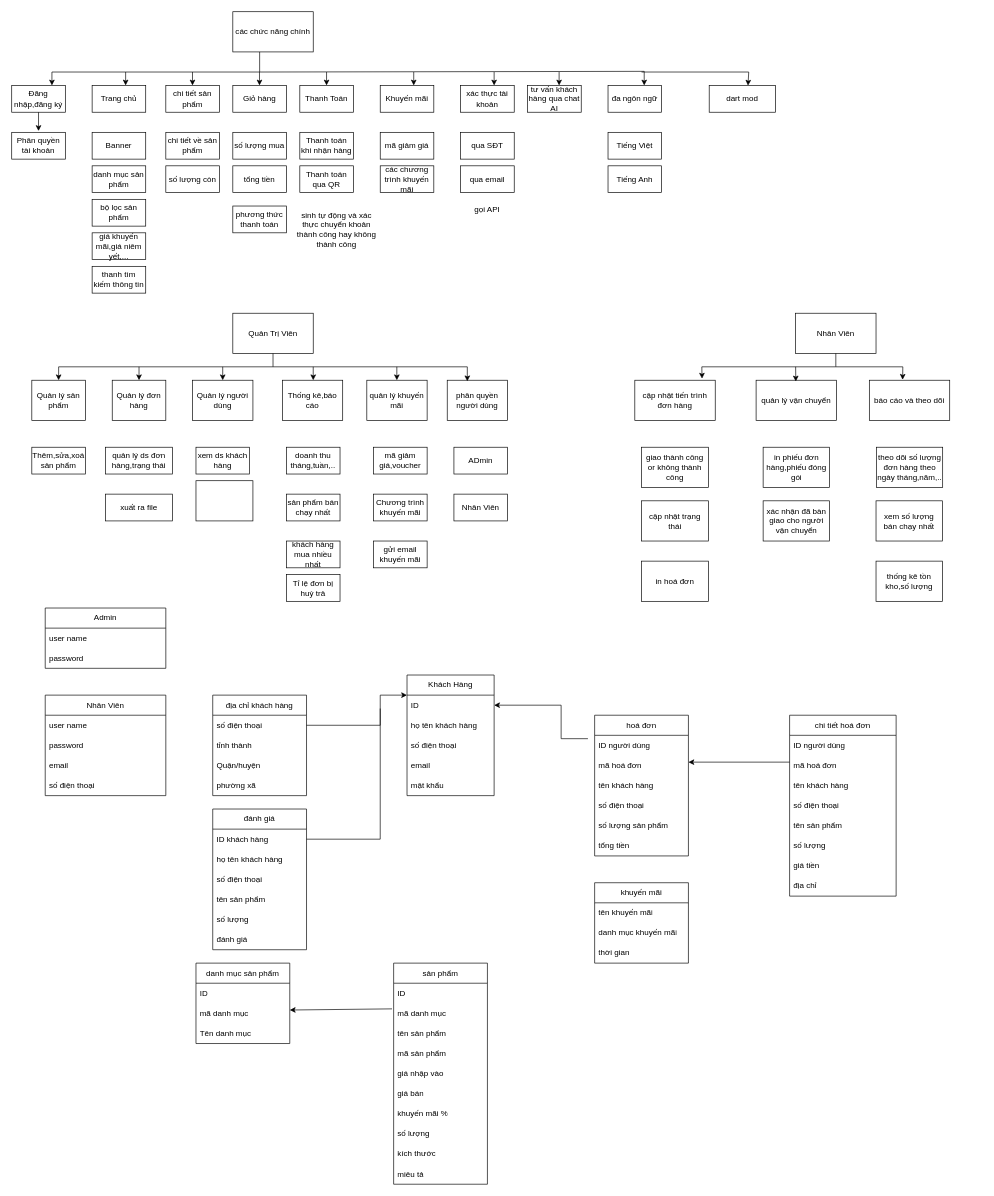
Earlier version of the draw.io diagram Biểu đồ không có tiêu đề.drawio (vuongnd03/black-had). Source tidied: cells renumbered, new cells numbered last; positions are measured from the earlier drawing's top-left corner, leaving out a move shared by most shapes. Both pictures are drawn from the tidied source at 67%, with x=0, y=0 at pixel (11, 11).
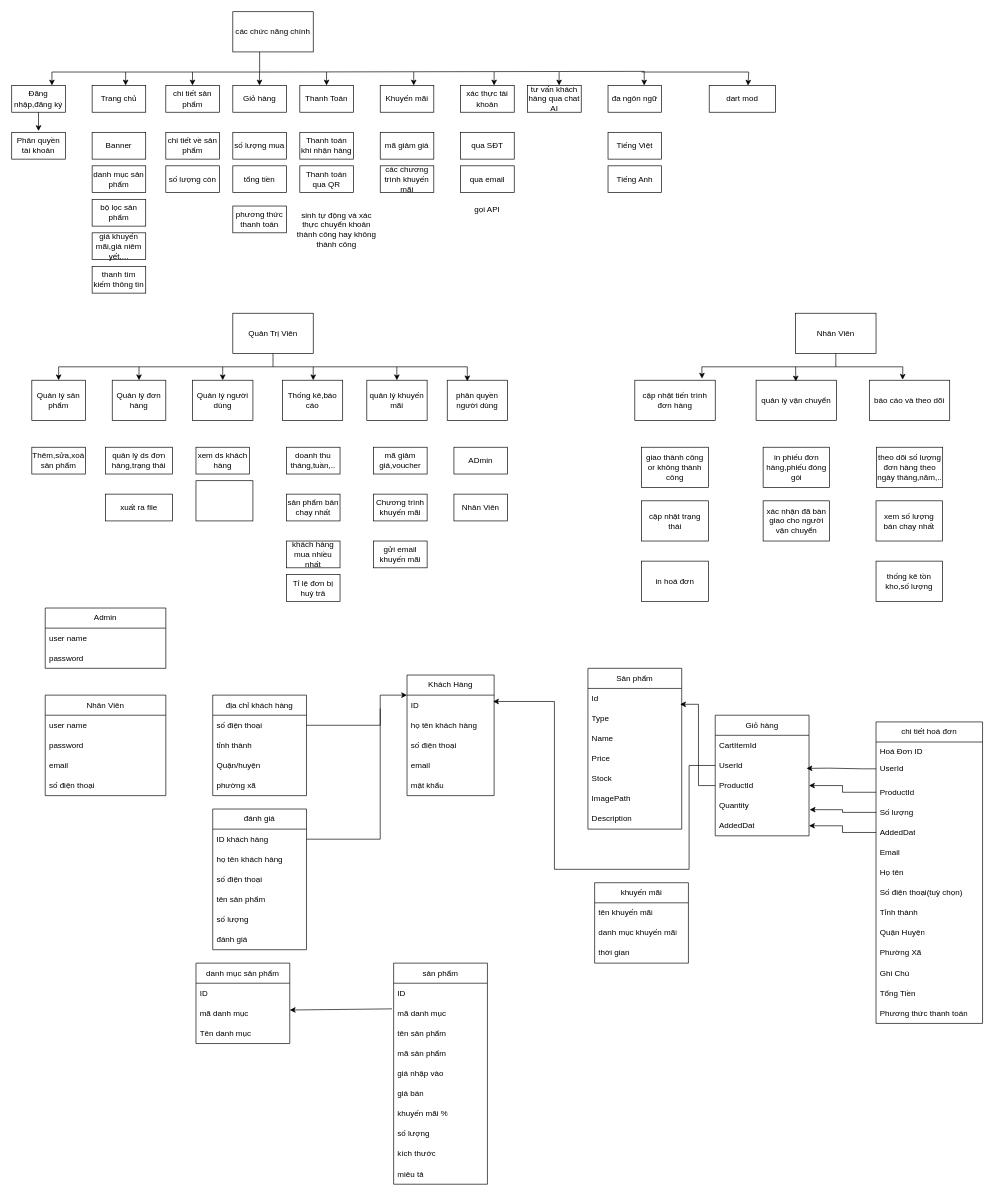
The same page after the edit.

Commit message:
Cập nhật Biểu đồ không có tiêu đề.drawio

Unchanged cells that the change refers to:
```xml
<mxCell id="91" value="ID" style="text;strokeColor=none;fillColor=none;align=left;verticalAlign=middle;spacingLeft=4;spacingRight=4;overflow=hidden;points=[[0,0.5],[1,0.5]];portConstraint=eastwest;whiteSpace=wrap;html=1;" parent="90" vertex="1">
  <mxGeometry y="30" width="130" height="30" as="geometry" />
</mxCell>
```

Diff of the diagram source:
```diff
@@
-    <mxCell id="101" style="endArrow=classic;html=1;rounded=0;exitX=0;exitY=0.5;exitDx=0;exitDy=0;entryX=1;entryY=0.5;entryDx=0;entryDy=0;" parent="1" edge="1" target="91">
-      <mxGeometry relative="1" as="geometry">
-        <mxPoint x="860" y="1085" as="sourcePoint" />
-        <Array as="points">
-          <mxPoint x="820" y="1085" />
-          <mxPoint x="820" y="1035" />
-        </Array>
-      </mxGeometry>
-    </mxCell>
@@
-    <mxCell id="118" value="hoá đơn" style="swimlane;fontStyle=0;horizontal=1;startSize=30;whiteSpace=wrap;html=1;" parent="1" vertex="1">
-      <mxGeometry x="870" y="1050" width="140" height="210" as="geometry" />
+    <mxCell id="118" value="Giỏ hàng" style="swimlane;fontStyle=0;horizontal=1;startSize=30;whiteSpace=wrap;html=1;" parent="1" vertex="1">
+      <mxGeometry x="1050" y="1050" width="140" height="180" as="geometry" />
     </mxCell>
-    <mxCell id="119" value="ID người dùng" style="text;strokeColor=none;fillColor=none;align=left;verticalAlign=middle;spacingLeft=4;spacingRight=4;overflow=hidden;whiteSpace=wrap;html=1;" parent="118" vertex="1">
+    <mxCell id="119" value="CartItemId" style="text;strokeColor=none;fillColor=none;align=left;verticalAlign=middle;spacingLeft=4;spacingRight=4;overflow=hidden;whiteSpace=wrap;html=1;" parent="118" vertex="1">
       <mxGeometry y="30" width="140" height="30" as="geometry" />
     </mxCell>
-    <mxCell id="120" value="mã hoá đơn" style="text;strokeColor=none;fillColor=none;align=left;verticalAlign=middle;spacingLeft=4;spacingRight=4;overflow=hidden;points=[[0,0.5],[1,0.5]];portConstraint=eastwest;whiteSpace=wrap;html=1;" parent="118" vertex="1">
+    <mxCell id="120" value="UserId" style="text;strokeColor=none;fillColor=none;align=left;verticalAlign=middle;spacingLeft=4;spacingRight=4;overflow=hidden;points=[[0,0.5],[1,0.5]];portConstraint=eastwest;whiteSpace=wrap;html=1;" parent="118" vertex="1">
       <mxGeometry y="60" width="140" height="30" as="geometry" />
     </mxCell>
-    <mxCell id="121" value="tên khách hàng" style="text;strokeColor=none;fillColor=none;align=left;verticalAlign=middle;spacingLeft=4;spacingRight=4;overflow=hidden;points=[[0,0.5],[1,0.5]];portConstraint=eastwest;whiteSpace=wrap;html=1;" parent="118" vertex="1">
+    <mxCell id="121" value="ProductId" style="text;strokeColor=none;fillColor=none;align=left;verticalAlign=middle;spacingLeft=4;spacingRight=4;overflow=hidden;points=[[0,0.5],[1,0.5]];portConstraint=eastwest;whiteSpace=wrap;html=1;" parent="118" vertex="1">
       <mxGeometry y="90" width="140" height="30" as="geometry" />
     </mxCell>
-    <mxCell id="122" value="số điện thoại" style="text;strokeColor=none;fillColor=none;align=left;verticalAlign=middle;spacingLeft=4;spacingRight=4;overflow=hidden;points=[[0,0.5],[1,0.5]];portConstraint=eastwest;whiteSpace=wrap;html=1;" parent="118" vertex="1">
+    <mxCell id="122" value="Quantity" style="text;strokeColor=none;fillColor=none;align=left;verticalAlign=middle;spacingLeft=4;spacingRight=4;overflow=hidden;points=[[0,0.5],[1,0.5]];portConstraint=eastwest;whiteSpace=wrap;html=1;" parent="118" vertex="1">
       <mxGeometry y="120" width="140" height="30" as="geometry" />
     </mxCell>
-    <mxCell id="123" value="số lượng sản phẩm" style="text;strokeColor=none;fillColor=none;align=left;verticalAlign=middle;spacingLeft=4;spacingRight=4;overflow=hidden;points=[[0,0.5],[1,0.5]];portConstraint=eastwest;whiteSpace=wrap;html=1;" parent="118" vertex="1">
+    <mxCell id="123" value="AddedDat" style="text;strokeColor=none;fillColor=none;align=left;verticalAlign=middle;spacingLeft=4;spacingRight=4;overflow=hidden;points=[[0,0.5],[1,0.5]];portConstraint=eastwest;whiteSpace=wrap;html=1;" parent="118" vertex="1">
       <mxGeometry y="150" width="140" height="30" as="geometry" />
     </mxCell>
-    <mxCell id="124" value="tổng tiền" style="text;strokeColor=none;fillColor=none;align=left;verticalAlign=middle;spacingLeft=4;spacingRight=4;overflow=hidden;whiteSpace=wrap;html=1;" parent="118" vertex="1">
-      <mxGeometry y="180" width="140" height="30" as="geometry" />
-    </mxCell>
@@
     <mxCell id="130" value="chi tiết hoá đơn" style="swimlane;fontStyle=0;horizontal=1;startSize=30;whiteSpace=wrap;html=1;" parent="1" vertex="1">
-      <mxGeometry x="1161" y="1050" width="159" height="270" as="geometry" />
+      <mxGeometry x="1290" y="1060" width="159" height="450" as="geometry" />
     </mxCell>
-    <mxCell id="131" value="ID người dùng" style="text;strokeColor=none;fillColor=none;align=left;verticalAlign=middle;spacingLeft=4;spacingRight=4;overflow=hidden;whiteSpace=wrap;html=1;" parent="130" vertex="1">
+    <mxCell id="131" value="Hoá Đơn ID" style="text;strokeColor=none;fillColor=none;align=left;verticalAlign=middle;spacingLeft=4;spacingRight=4;overflow=hidden;whiteSpace=wrap;html=1;" parent="130" vertex="1">
       <mxGeometry y="30" width="159" height="30" as="geometry" />
     </mxCell>
-    <mxCell id="132" value="mã hoá đơn" style="text;strokeColor=none;fillColor=none;align=left;verticalAlign=middle;spacingLeft=4;spacingRight=4;overflow=hidden;points=[[0,0.5],[1,0.5]];portConstraint=eastwest;whiteSpace=wrap;html=1;" parent="130" vertex="1">
+    <mxCell id="132" value="UserId&lt;div&gt;&lt;br&gt;&lt;/div&gt;" style="text;strokeColor=none;fillColor=none;align=left;verticalAlign=middle;spacingLeft=4;spacingRight=4;overflow=hidden;points=[[0,0.5],[1,0.5]];portConstraint=eastwest;whiteSpace=wrap;html=1;" parent="130" vertex="1">
       <mxGeometry y="60" width="159" height="30" as="geometry" />
     </mxCell>
-    <mxCell id="133" value="tên khách hàng" style="text;strokeColor=none;fillColor=none;align=left;verticalAlign=middle;spacingLeft=4;spacingRight=4;overflow=hidden;points=[[0,0.5],[1,0.5]];portConstraint=eastwest;whiteSpace=wrap;html=1;" parent="130" vertex="1">
+    <mxCell id="133" value="ProductId" style="text;strokeColor=none;fillColor=none;align=left;verticalAlign=middle;spacingLeft=4;spacingRight=4;overflow=hidden;points=[[0,0.5],[1,0.5]];portConstraint=eastwest;whiteSpace=wrap;html=1;" parent="130" vertex="1">
       <mxGeometry y="90" width="159" height="30" as="geometry" />
     </mxCell>
-    <mxCell id="134" value="số điện thoại" style="text;strokeColor=none;fillColor=none;align=left;verticalAlign=middle;spacingLeft=4;spacingRight=4;overflow=hidden;points=[[0,0.5],[1,0.5]];portConstraint=eastwest;whiteSpace=wrap;html=1;" parent="130" vertex="1">
+    <mxCell id="134" value="Số lượng" style="text;strokeColor=none;fillColor=none;align=left;verticalAlign=middle;spacingLeft=4;spacingRight=4;overflow=hidden;points=[[0,0.5],[1,0.5]];portConstraint=eastwest;whiteSpace=wrap;html=1;" parent="130" vertex="1">
       <mxGeometry y="120" width="159" height="30" as="geometry" />
     </mxCell>
-    <mxCell id="135" value="tên sản phẩm" style="text;strokeColor=none;fillColor=none;align=left;verticalAlign=middle;spacingLeft=4;spacingRight=4;overflow=hidden;points=[[0,0.5],[1,0.5]];portConstraint=eastwest;whiteSpace=wrap;html=1;" parent="130" vertex="1">
+    <mxCell id="135" value="AddedDat" style="text;strokeColor=none;fillColor=none;align=left;verticalAlign=middle;spacingLeft=4;spacingRight=4;overflow=hidden;points=[[0,0.5],[1,0.5]];portConstraint=eastwest;whiteSpace=wrap;html=1;" parent="130" vertex="1">
       <mxGeometry y="150" width="159" height="30" as="geometry" />
     </mxCell>
+    <mxCell id="154" value="Email" style="text;strokeColor=none;fillColor=none;align=left;verticalAlign=middle;spacingLeft=4;spacingRight=4;overflow=hidden;whiteSpace=wrap;html=1;" parent="130" vertex="1">
+      <mxGeometry y="180" width="159" height="30" as="geometry" />
+    </mxCell>
+    <mxCell id="155" value="Họ tên" style="text;strokeColor=none;fillColor=none;align=left;verticalAlign=middle;spacingLeft=4;spacingRight=4;overflow=hidden;whiteSpace=wrap;html=1;" parent="130" vertex="1">
+      <mxGeometry y="210" width="159" height="30" as="geometry" />
+    </mxCell>
-    <mxCell id="136" value="số lượng" style="text;strokeColor=none;fillColor=none;align=left;verticalAlign=middle;spacingLeft=4;spacingRight=4;overflow=hidden;whiteSpace=wrap;html=1;" parent="130" vertex="1">
-      <mxGeometry y="180" width="159" height="30" as="geometry" />
+    <mxCell id="136" value="Số điện thoại(tuỳ chọn)" style="text;strokeColor=none;fillColor=none;align=left;verticalAlign=middle;spacingLeft=4;spacingRight=4;overflow=hidden;whiteSpace=wrap;html=1;" parent="130" vertex="1">
+      <mxGeometry y="240" width="159" height="30" as="geometry" />
     </mxCell>
-    <mxCell id="137" value="giá tiền" style="text;strokeColor=none;fillColor=none;align=left;verticalAlign=middle;spacingLeft=4;spacingRight=4;overflow=hidden;whiteSpace=wrap;html=1;" parent="130" vertex="1">
-      <mxGeometry y="210" width="159" height="30" as="geometry" />
+    <mxCell id="137" value="Tỉnh thành" style="text;strokeColor=none;fillColor=none;align=left;verticalAlign=middle;spacingLeft=4;spacingRight=4;overflow=hidden;whiteSpace=wrap;html=1;" parent="130" vertex="1">
+      <mxGeometry y="270" width="159" height="30" as="geometry" />
     </mxCell>
+    <mxCell id="156" value="Quận Huyện" style="text;strokeColor=none;fillColor=none;align=left;verticalAlign=middle;spacingLeft=4;spacingRight=4;overflow=hidden;whiteSpace=wrap;html=1;" parent="130" vertex="1">
+      <mxGeometry y="300" width="159" height="30" as="geometry" />
+    </mxCell>
+    <mxCell id="157" value="Phường Xã" style="text;strokeColor=none;fillColor=none;align=left;verticalAlign=middle;spacingLeft=4;spacingRight=4;overflow=hidden;whiteSpace=wrap;html=1;" parent="130" vertex="1">
+      <mxGeometry y="330" width="159" height="30" as="geometry" />
+    </mxCell>
-    <mxCell id="138" value="địa chỉ" style="text;strokeColor=none;fillColor=none;align=left;verticalAlign=middle;spacingLeft=4;spacingRight=4;overflow=hidden;whiteSpace=wrap;html=1;" parent="130" vertex="1">
-      <mxGeometry y="240" width="159" height="30" as="geometry" />
+    <mxCell id="138" value="Ghi Chú" style="text;strokeColor=none;fillColor=none;align=left;verticalAlign=middle;spacingLeft=4;spacingRight=4;overflow=hidden;whiteSpace=wrap;html=1;" parent="130" vertex="1">
+      <mxGeometry y="360" width="159" height="30" as="geometry" />
     </mxCell>
+    <mxCell id="158" value="Tổng Tiền" style="text;strokeColor=none;fillColor=none;align=left;verticalAlign=middle;spacingLeft=4;spacingRight=4;overflow=hidden;whiteSpace=wrap;html=1;" parent="130" vertex="1">
+      <mxGeometry y="390" width="159" height="30" as="geometry" />
+    </mxCell>
+    <mxCell id="159" value="Phương thức thanh toán" style="text;strokeColor=none;fillColor=none;align=left;verticalAlign=middle;spacingLeft=4;spacingRight=4;overflow=hidden;whiteSpace=wrap;html=1;" parent="130" vertex="1">
+      <mxGeometry y="420" width="159" height="30" as="geometry" />
+    </mxCell>
-    <mxCell id="139" style="endArrow=classic;html=1;rounded=0;exitX=0;exitY=0.5;exitDx=0;exitDy=0;entryX=1;entryY=0.5;entryDx=0;entryDy=0;" parent="1" edge="1">
+    <mxCell id="139" style="endArrow=classic;html=1;rounded=0;entryX=0.989;entryY=0.956;entryDx=0;entryDy=0;exitX=0;exitY=0.333;exitDx=0;exitDy=0;exitPerimeter=0;entryPerimeter=0;" parent="1" edge="1" source="132">
       <mxGeometry relative="1" as="geometry">
-        <mxPoint x="1161" y="1120" as="sourcePoint" />
-        <mxPoint x="1010" y="1120" as="targetPoint" />
+        <mxPoint x="1186.3" y="1129.3" as="targetPoint" />
+        <Array as="points">
+          <mxPoint x="1270" y="1130" />
+          <mxPoint x="1220" y="1129" />
+        </Array>
       </mxGeometry>
     </mxCell>
@@
+    <mxCell id="160" value="Sản phẩm" style="swimlane;fontStyle=0;horizontal=1;startSize=30;whiteSpace=wrap;html=1;" parent="1" vertex="1">
+      <mxGeometry x="860" y="980" width="140" height="240" as="geometry" />
+    </mxCell>
+    <mxCell id="161" value="Id" style="text;strokeColor=none;fillColor=none;align=left;verticalAlign=middle;spacingLeft=4;spacingRight=4;overflow=hidden;points=[[0,0.5],[1,0.5]];portConstraint=eastwest;whiteSpace=wrap;html=1;" parent="160" vertex="1">
+      <mxGeometry y="30" width="140" height="30" as="geometry" />
+    </mxCell>
+    <mxCell id="162" value="Type" style="text;strokeColor=none;fillColor=none;align=left;verticalAlign=middle;spacingLeft=4;spacingRight=4;overflow=hidden;whiteSpace=wrap;html=1;" parent="160" vertex="1">
+      <mxGeometry y="60" width="140" height="30" as="geometry" />
+    </mxCell>
+    <mxCell id="163" value="Name" style="text;strokeColor=none;fillColor=none;align=left;verticalAlign=middle;spacingLeft=4;spacingRight=4;overflow=hidden;whiteSpace=wrap;html=1;" parent="160" vertex="1">
+      <mxGeometry y="90" width="140" height="30" as="geometry" />
+    </mxCell>
+    <mxCell id="164" value="Price" style="text;strokeColor=none;fillColor=none;align=left;verticalAlign=middle;spacingLeft=4;spacingRight=4;overflow=hidden;whiteSpace=wrap;html=1;" parent="160" vertex="1">
+      <mxGeometry y="120" width="140" height="30" as="geometry" />
+    </mxCell>
+    <mxCell id="165" value="Stock" style="text;strokeColor=none;fillColor=none;align=left;verticalAlign=middle;spacingLeft=4;spacingRight=4;overflow=hidden;whiteSpace=wrap;html=1;" parent="160" vertex="1">
+      <mxGeometry y="150" width="140" height="30" as="geometry" />
+    </mxCell>
+    <mxCell id="166" value="ImagePath" style="text;strokeColor=none;fillColor=none;align=left;verticalAlign=middle;spacingLeft=4;spacingRight=4;overflow=hidden;whiteSpace=wrap;html=1;" parent="160" vertex="1">
+      <mxGeometry y="180" width="140" height="30" as="geometry" />
+    </mxCell>
+    <mxCell id="167" value="Description" style="text;strokeColor=none;fillColor=none;align=left;verticalAlign=middle;spacingLeft=4;spacingRight=4;overflow=hidden;whiteSpace=wrap;html=1;" parent="160" vertex="1">
+      <mxGeometry y="210" width="140" height="30" as="geometry" />
+    </mxCell>
+    <mxCell id="168" style="edgeStyle=orthogonalEdgeStyle;rounded=0;jettySize=auto;html=1;entryX=0.988;entryY=0.317;entryDx=0;entryDy=0;entryPerimeter=0;" parent="1" edge="1" source="120" target="91">
+      <mxGeometry relative="1" as="geometry">
+        <Array as="points">
+          <mxPoint x="1011" y="1125" />
+          <mxPoint x="1011" y="1280" />
+          <mxPoint x="810" y="1280" />
+          <mxPoint x="810" y="1030" />
+        </Array>
+      </mxGeometry>
+    </mxCell>
+    <mxCell id="169" style="edgeStyle=orthogonalEdgeStyle;rounded=0;jettySize=auto;html=1;entryX=0.983;entryY=0.789;entryDx=0;entryDy=0;entryPerimeter=0;" parent="1" edge="1" source="121" target="161">
+      <mxGeometry relative="1" as="geometry" />
+    </mxCell>
+    <mxCell id="170" style="edgeStyle=orthogonalEdgeStyle;rounded=0;jettySize=auto;html=1;" parent="1" edge="1" source="133" target="121">
+      <mxGeometry relative="1" as="geometry" />
+    </mxCell>
+    <mxCell id="171" style="edgeStyle=orthogonalEdgeStyle;rounded=0;jettySize=auto;html=1;entryX=1.007;entryY=0.699;entryDx=0;entryDy=0;entryPerimeter=0;" parent="1" edge="1" source="134" target="122">
+      <mxGeometry relative="1" as="geometry" />
+    </mxCell>
+    <mxCell id="172" style="edgeStyle=orthogonalEdgeStyle;rounded=0;jettySize=auto;html=1;" parent="1" edge="1" source="135" target="123">
+      <mxGeometry relative="1" as="geometry" />
+    </mxCell>
```
